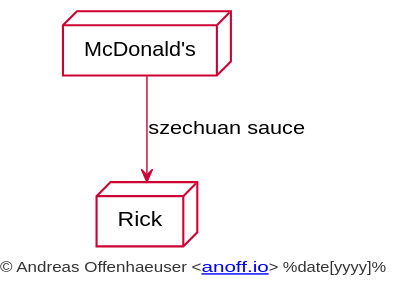
Earlier version of the PlantUML export assets/asciidoc-plantuml/puml.svg (anoff/blog).
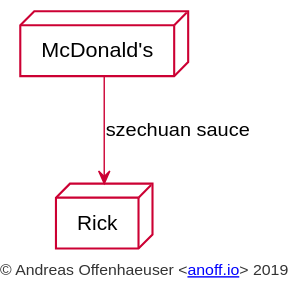
Later version of the same file.

Change to the diagram source:
```diff
@@ -220,7 +220,7 @@
 skinparam UsecaseFontColor #000000
 skinparam UsecaseStereotypeFontColor #000000
 
-center footer © Andreas Offenhaeuser <[[https://anoff.io anoff.io]]> %date[yyyy]%
+center footer © Andreas Offenhaeuser <[[https://anoff.io anoff.io]]> 2019
 node "McDonald's" as mcd
 node "Rick" as rick
 mcd --> rick: szechuan sauce
```
